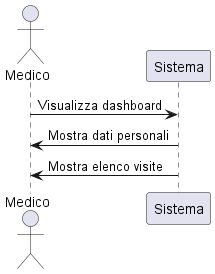
This is Latex/diagrammi_uml/medico.png from Taniyakaur/KMBhealthcenter, a PlantUML export, as it was before one commit. Source of this version:
```plantuml
@startuml
actor Medico

Medico -> Sistema : Visualizza dashboard
Sistema -> Medico : Mostra dati personali
Sistema -> Medico : Mostra elenco visite

@enduml
```
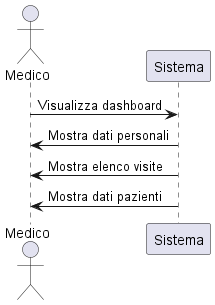
After the change.

Diff of the diagram source:
```diff
@@ -4,5 +4,6 @@
 Medico -> Sistema : Visualizza dashboard
 Sistema -> Medico : Mostra dati personali
 Sistema -> Medico : Mostra elenco visite
+Sistema -> Medico : Mostra dati pazienti
 
 @enduml
```
